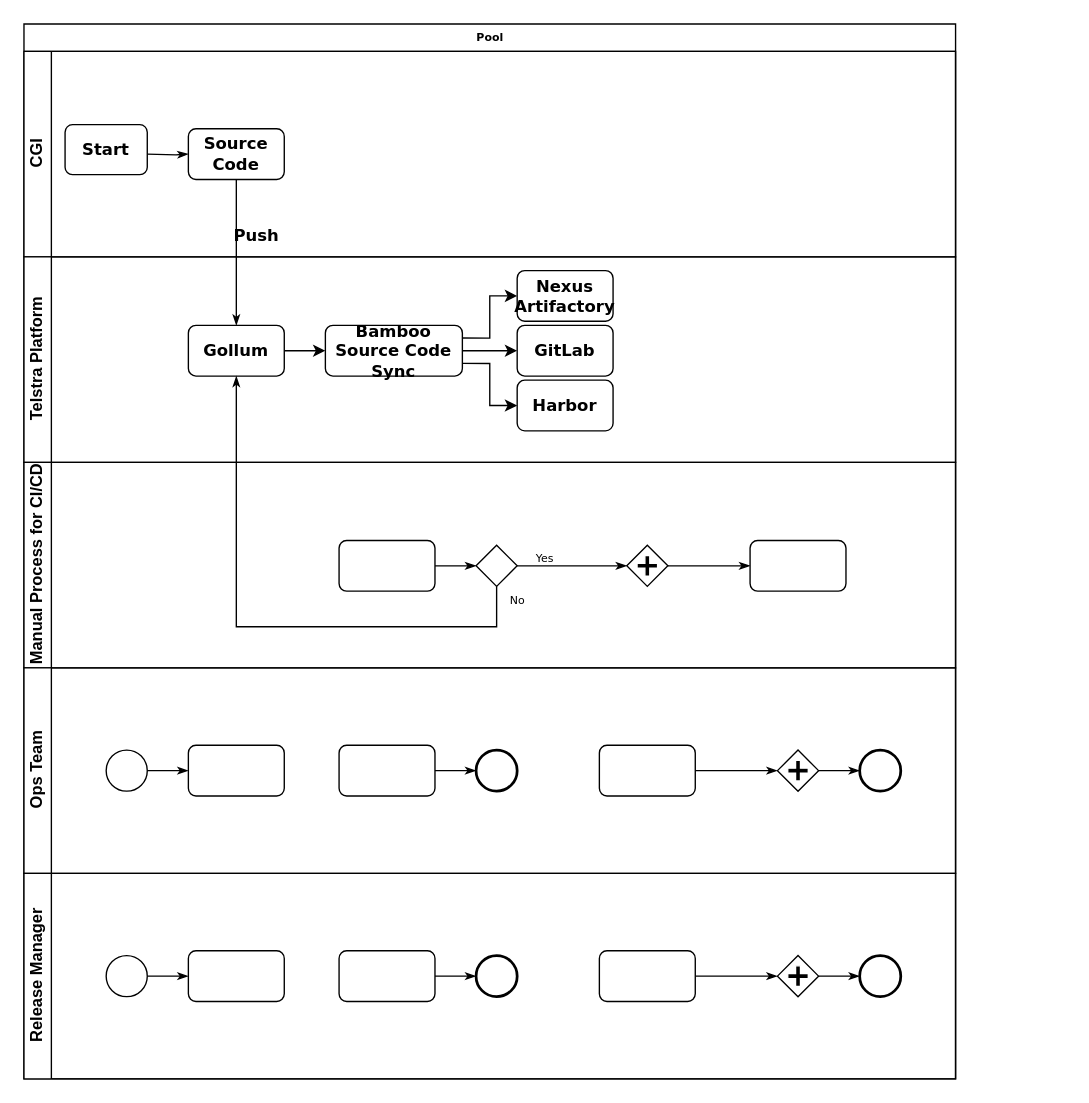
Earlier version of the draw.io diagram Copy of Untitled Diagram.drawio (sudheergm/drawio). Source tidied: cells renumbered, new cells numbered last; positions are measured from the earlier drawing's top-left corner, leaving out a move shared by most shapes. Both pictures are drawn from the tidied source at 137%, with x=0, y=0 at pixel (23, 23).
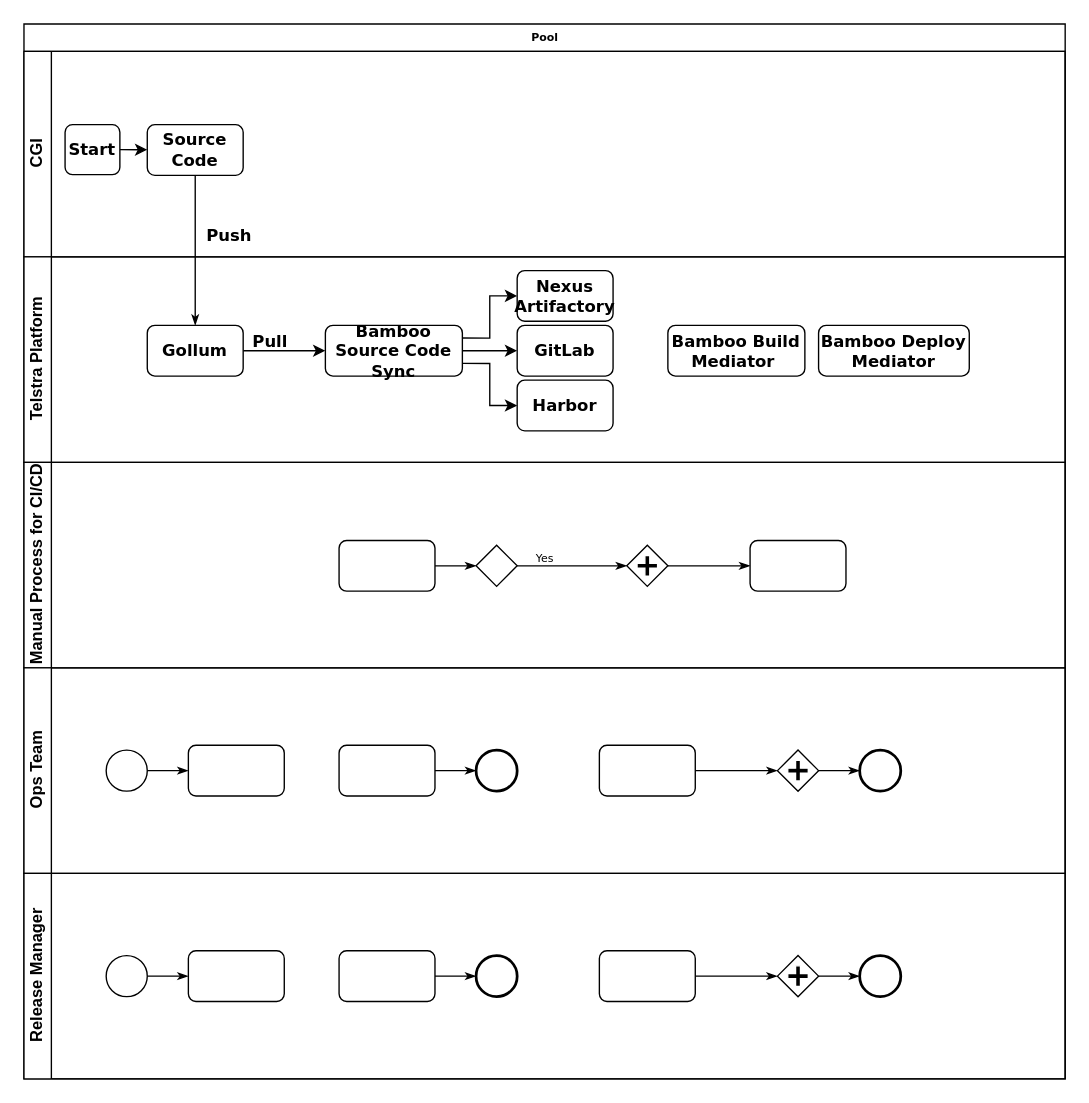
After the change.

The change refers to these unchanged cells:
```xml
<mxCell id="22" style="strokeWidth=1;html=1;shape=mxgraph.flowchart.decision;whiteSpace=wrap;rounded=1;shadow=0;labelBackgroundColor=none;fontFamily=Verdana;fontSize=8;align=center;" parent="18" vertex="1">
  <mxGeometry x="330" y="60.5" width="30" height="30" as="geometry" />
</mxCell>
```

Change to the diagram source:
```diff
@@
     <mxCell id="2" value="Pool" style="swimlane;html=1;horizontal=1;startSize=20;rounded=0;shadow=0;labelBackgroundColor=none;strokeWidth=1;fontFamily=Verdana;fontSize=8;align=center;" parent="1" vertex="1">
-      <mxGeometry width="680" height="770" as="geometry" />
+      <mxGeometry width="760" height="770" as="geometry" />
     </mxCell>
     <mxCell id="3" value="CGI" style="swimlane;html=1;startSize=20;horizontal=0;" parent="2" vertex="1">
-      <mxGeometry y="20" width="680" height="150" as="geometry" />
+      <mxGeometry y="20" width="760" height="150" as="geometry" />
     </mxCell>
-    <mxCell id="4" style="edgeStyle=orthogonalEdgeStyle;rounded=0;html=1;labelBackgroundColor=none;startArrow=none;startFill=0;startSize=5;endArrow=classicThin;endFill=1;endSize=5;jettySize=auto;strokeWidth=1;fontFamily=Verdana;fontSize=8;" parent="3" edge="1" target="5">
-      <mxGeometry relative="1" as="geometry">
-        <mxPoint x="90" y="75" as="sourcePoint" />
-      </mxGeometry>
-    </mxCell>
     <mxCell id="5" value="&lt;font style=&quot;font-size: 12px;&quot;&gt;&lt;b&gt;Source Code&lt;/b&gt;&lt;/font&gt;" style="rounded=1;whiteSpace=wrap;html=1;shadow=0;labelBackgroundColor=none;strokeWidth=1;fontFamily=Verdana;fontSize=8;align=center;" parent="3" vertex="1">
-      <mxGeometry x="120" y="56.5" width="70" height="37" as="geometry" />
+      <mxGeometry x="90" y="53.5" width="70" height="37" as="geometry" />
     </mxCell>
+    <mxCell id="52" style="edgeStyle=orthogonalEdgeStyle;rounded=0;jettySize=auto;html=1;exitX=1;exitY=0.5;exitDx=0;exitDy=0;entryX=0;entryY=0.5;entryDx=0;entryDy=0;fontFamily=Verdana;fontSize=12;" parent="3" edge="1" source="6" target="5">
+      <mxGeometry relative="1" as="geometry" />
+    </mxCell>
     <mxCell id="6" value="&lt;font face=&quot;Verdana&quot;&gt;&lt;b&gt;Start&lt;/b&gt;&lt;/font&gt;" style="rounded=1;whiteSpace=wrap;html=1;" parent="3" vertex="1">
-      <mxGeometry x="30" y="53.5" width="60" height="36.5" as="geometry" />
+      <mxGeometry x="30" y="53.5" width="40" height="36.5" as="geometry" />
     </mxCell>
     <mxCell id="7" value="&lt;b&gt;Push&lt;/b&gt;" style="text;html=1;strokeColor=none;fillColor=none;align=center;verticalAlign=middle;whiteSpace=wrap;rounded=0;fontFamily=Verdana;fontSize=12;" parent="3" vertex="1">
-      <mxGeometry x="140" y="120" width="60" height="30" as="geometry" />
+      <mxGeometry x="120" y="120" width="60" height="30" as="geometry" />
     </mxCell>
     <mxCell id="8" value="Telstra Platform" style="swimlane;html=1;startSize=20;horizontal=0;" parent="2" vertex="1">
-      <mxGeometry y="170" width="680" height="150" as="geometry" />
+      <mxGeometry y="170" width="760" height="150" as="geometry" />
     </mxCell>
@@
     <mxCell id="10" value="&lt;font style=&quot;font-size: 12px;&quot;&gt;&lt;b&gt;Gollum&lt;/b&gt;&lt;/font&gt;" style="rounded=1;whiteSpace=wrap;html=1;shadow=0;labelBackgroundColor=none;strokeWidth=1;fontFamily=Verdana;fontSize=8;align=center;" parent="8" vertex="1">
-      <mxGeometry x="120" y="50" width="70" height="37" as="geometry" />
+      <mxGeometry x="90" y="50" width="70" height="37" as="geometry" />
     </mxCell>
@@
+    <mxCell id="53" value="&lt;font style=&quot;font-size: 12px;&quot;&gt;&lt;b&gt;Bamboo Build Mediator&amp;nbsp;&lt;/b&gt;&lt;/font&gt;" style="rounded=1;whiteSpace=wrap;html=1;shadow=0;labelBackgroundColor=none;strokeWidth=1;fontFamily=Verdana;fontSize=8;align=center;" parent="8" vertex="1">
+      <mxGeometry x="470" y="50" width="100" height="37" as="geometry" />
+    </mxCell>
+    <mxCell id="54" value="&lt;b&gt;Pull&lt;/b&gt;" style="text;html=1;strokeColor=none;fillColor=none;align=center;verticalAlign=middle;whiteSpace=wrap;rounded=0;fontFamily=Verdana;fontSize=12;" parent="8" vertex="1">
+      <mxGeometry x="150" y="47" width="60" height="30" as="geometry" />
+    </mxCell>
+    <mxCell id="55" value="&lt;font style=&quot;font-size: 12px;&quot;&gt;&lt;b&gt;Bamboo Deploy Mediator&lt;/b&gt;&lt;/font&gt;" style="rounded=1;whiteSpace=wrap;html=1;shadow=0;labelBackgroundColor=none;strokeWidth=1;fontFamily=Verdana;fontSize=8;align=center;" parent="8" vertex="1">
+      <mxGeometry x="580" y="50" width="110" height="37" as="geometry" />
+    </mxCell>
     <mxCell id="18" value="Manual Process for CI/CD" style="swimlane;html=1;startSize=20;horizontal=0;" parent="2" vertex="1">
-      <mxGeometry y="320" width="680" height="150" as="geometry" />
+      <mxGeometry y="320" width="760" height="150" as="geometry" />
     </mxCell>
@@
-    <mxCell id="27" value="No" style="edgeStyle=orthogonalEdgeStyle;rounded=0;html=1;labelBackgroundColor=none;startArrow=none;startFill=0;startSize=5;endArrow=classicThin;endFill=1;endSize=5;jettySize=auto;strokeWidth=1;fontFamily=Verdana;fontSize=8;" parent="2" edge="1" source="22" target="10">
-      <mxGeometry x="-0.95" y="15" relative="1" as="geometry">
-        <Array as="points">
-          <mxPoint x="345" y="440" />
-          <mxPoint x="155" y="440" />
-        </Array>
-      </mxGeometry>
-    </mxCell>
     <mxCell id="28" value="Ops Team" style="swimlane;html=1;startSize=20;horizontal=0;" parent="2" vertex="1">
-      <mxGeometry y="470" width="680" height="150" as="geometry" />
+      <mxGeometry y="470" width="760" height="150" as="geometry" />
     </mxCell>
@@
     <mxCell id="40" value="Release Manager" style="swimlane;html=1;startSize=20;horizontal=0;" parent="2" vertex="1">
-      <mxGeometry y="620" width="680" height="150" as="geometry" />
+      <mxGeometry y="620" width="760" height="150" as="geometry" />
     </mxCell>
```
